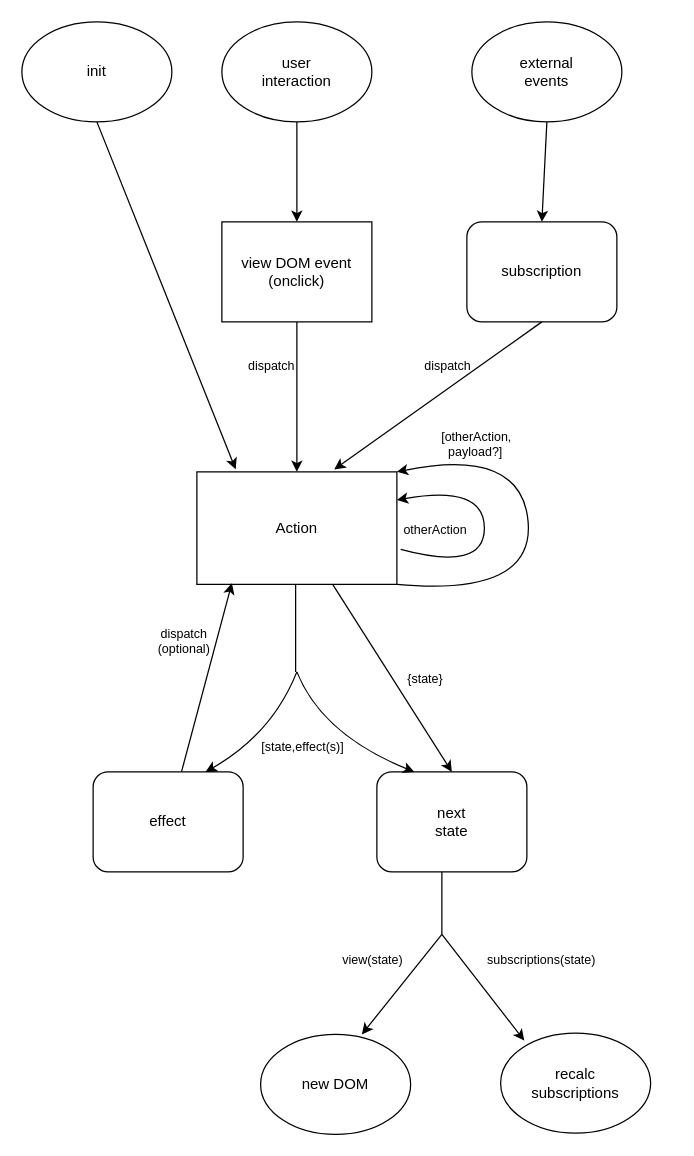
This is docs/architecture/Untitled Diagram.drawio from kofifus/hyperapp, a draw.io file, before an edit. Source tidied: cells renumbered, new cells numbered last; positions are measured from the earlier drawing's top-left corner, leaving out a move shared by most shapes. Both pictures are drawn from the tidied source at 125%, with x=0, y=0 at pixel (21, 21).
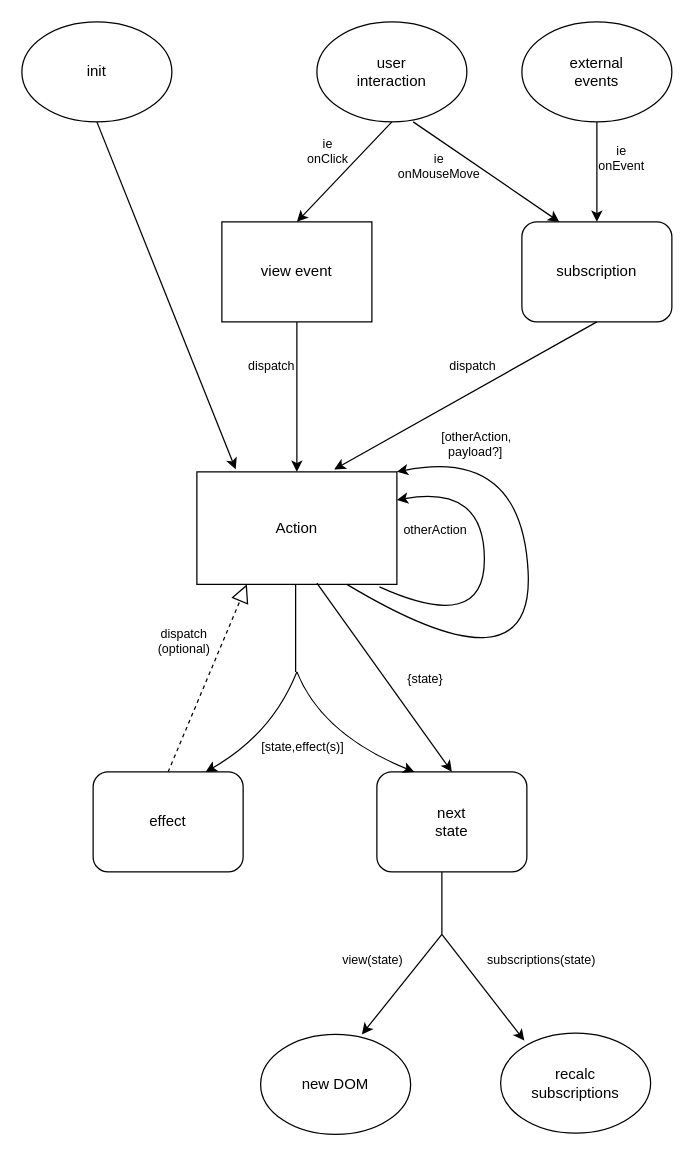
The same page after the edit.

The change refers to these unchanged cells:
```xml
<mxCell id="5" value="Action" style="rounded=0;whiteSpace=wrap;html=1;" parent="1" vertex="1">
  <mxGeometry x="140" y="360" width="160" height="90" as="geometry" />
</mxCell>
<mxCell id="6" value="effect" style="rounded=1;whiteSpace=wrap;html=1;" parent="1" vertex="1">
  <mxGeometry x="57" y="600" width="120" height="80" as="geometry" />
</mxCell>
<mxCell id="7" value="next&lt;br&gt;state" style="rounded=1;whiteSpace=wrap;html=1;" parent="1" vertex="1">
  <mxGeometry x="284" y="600" width="120" height="80" as="geometry" />
</mxCell>
```

The edit, as a diff of the source:
```diff
@@
-    <mxCell id="2" value="view DOM event&lt;br&gt;(onclick)" style="whiteSpace=wrap;html=1;" parent="1" vertex="1">
+    <mxCell id="2" value="view event" style="whiteSpace=wrap;html=1;" parent="1" vertex="1">
       <mxGeometry x="160" y="160" width="120" height="80" as="geometry" />
     </mxCell>
     <mxCell id="3" value="subscription" style="rounded=1;whiteSpace=wrap;html=1;" parent="1" vertex="1">
-      <mxGeometry x="356" y="160" width="120" height="80" as="geometry" />
+      <mxGeometry x="400" y="160" width="120" height="80" as="geometry" />
     </mxCell>
     <mxCell id="4" value="external&lt;br&gt;events" style="ellipse;whiteSpace=wrap;html=1;" parent="1" vertex="1">
-      <mxGeometry x="360" width="120" height="80" as="geometry" />
+      <mxGeometry x="400" width="120" height="80" as="geometry" />
     </mxCell>
@@
-    <mxCell id="11" style="endArrow=classic;html=1;rounded=0;entryX=0.5;entryY=0;entryDx=0;entryDy=0;" parent="1" edge="1" source="5" target="7">
+    <mxCell id="11" style="endArrow=classic;html=1;rounded=0;entryX=0.5;entryY=0;entryDx=0;entryDy=0;exitX=0.6;exitY=0.989;exitDx=0;exitDy=0;exitPerimeter=0;" parent="1" edge="1" source="5" target="7">
       <mxGeometry relative="1" as="geometry" />
     </mxCell>
     <mxCell id="12" value="dispatch&lt;br style=&quot;font-size: 10px;&quot;&gt;" style="text;html=1;strokeColor=none;fillColor=none;align=center;verticalAlign=middle;whiteSpace=wrap;rounded=0;fontSize=10;" parent="1" vertex="1">
-      <mxGeometry x="311" y="260" width="60" height="30" as="geometry" />
+      <mxGeometry x="331" y="260" width="60" height="30" as="geometry" />
     </mxCell>
@@
-    <mxCell id="14" style="endArrow=classic;html=1;rounded=0;entryX=0.175;entryY=0.989;entryDx=0;entryDy=0;entryPerimeter=0;" parent="1" edge="1" source="6" target="5">
-      <mxGeometry relative="1" as="geometry" />
-    </mxCell>
@@
     <mxCell id="16" value="user&lt;br&gt;interaction" style="ellipse;whiteSpace=wrap;html=1;" parent="1" vertex="1">
-      <mxGeometry x="160" width="120" height="80" as="geometry" />
+      <mxGeometry x="236" width="120" height="80" as="geometry" />
     </mxCell>
@@
-    <mxCell id="20" style="curved=1;endArrow=classic;html=1;rounded=0;entryX=1;entryY=0.25;entryDx=0;entryDy=0;exitX=1.019;exitY=0.689;exitDx=0;exitDy=0;exitPerimeter=0;" parent="1" edge="1" source="5" target="5">
+    <mxCell id="20" style="curved=1;endArrow=classic;html=1;rounded=0;entryX=1;entryY=0.25;entryDx=0;entryDy=0;exitX=0.913;exitY=1.022;exitDx=0;exitDy=0;exitPerimeter=0;" parent="1" edge="1" source="5" target="5">
       <mxGeometry relative="1" as="geometry">
         <Array as="points">
-          <mxPoint x="370" y="440" />
+          <mxPoint x="370" y="490" />
           <mxPoint x="370" y="370" />
         </Array>
       </mxGeometry>
     </mxCell>
@@
-    <mxCell id="28" style="curved=1;endArrow=classic;html=1;rounded=0;entryX=1;entryY=0;entryDx=0;entryDy=0;exitX=1;exitY=1;exitDx=0;exitDy=0;" parent="1" edge="1" source="5" target="5">
+    <mxCell id="28" style="curved=1;endArrow=classic;html=1;rounded=0;entryX=1;entryY=0;entryDx=0;entryDy=0;exitX=0.75;exitY=1;exitDx=0;exitDy=0;" parent="1" edge="1" source="5" target="5">
       <mxGeometry relative="1" as="geometry">
         <Array as="points">
-          <mxPoint x="410" y="460" />
+          <mxPoint x="410" y="540" />
           <mxPoint x="400" y="340" />
         </Array>
       </mxGeometry>
     </mxCell>
@@
+    <mxCell id="36" style="endArrow=classic;html=1;rounded=0;fontSize=10;entryX=0.25;entryY=0;entryDx=0;entryDy=0;exitX=0.642;exitY=1;exitDx=0;exitDy=0;exitPerimeter=0;" parent="1" edge="1" source="16" target="3">
+      <mxGeometry relative="1" as="geometry" />
+    </mxCell>
+    <mxCell id="37" value="ie &lt;br&gt;onClick" style="text;html=1;strokeColor=none;fillColor=none;align=center;verticalAlign=middle;whiteSpace=wrap;rounded=0;fontSize=10;" parent="1" vertex="1">
+      <mxGeometry x="215" y="88" width="60" height="30" as="geometry" />
+    </mxCell>
+    <mxCell id="38" value="ie onMouseMove" style="text;html=1;strokeColor=none;fillColor=none;align=center;verticalAlign=middle;whiteSpace=wrap;rounded=0;fontSize=10;" parent="1" vertex="1">
+      <mxGeometry x="304" y="100" width="60" height="30" as="geometry" />
+    </mxCell>
+    <mxCell id="39" value="&lt;div&gt;ie &lt;br&gt;&lt;/div&gt;&lt;div&gt;onEvent&lt;/div&gt;&lt;div&gt;&lt;br&gt;&lt;/div&gt;" style="text;html=1;strokeColor=none;fillColor=none;align=center;verticalAlign=middle;whiteSpace=wrap;rounded=0;fontSize=10;" parent="1" vertex="1">
+      <mxGeometry x="450" y="100" width="60" height="30" as="geometry" />
+    </mxCell>
+    <mxCell id="14" style="endArrow=block;dashed=1;endFill=0;endSize=12;html=1;rounded=0;fontSize=10;exitX=0.5;exitY=0;exitDx=0;exitDy=0;entryX=0.25;entryY=1;entryDx=0;entryDy=0;" parent="1" edge="1" source="6" target="5">
+      <mxGeometry relative="1" as="geometry" />
+    </mxCell>
```
